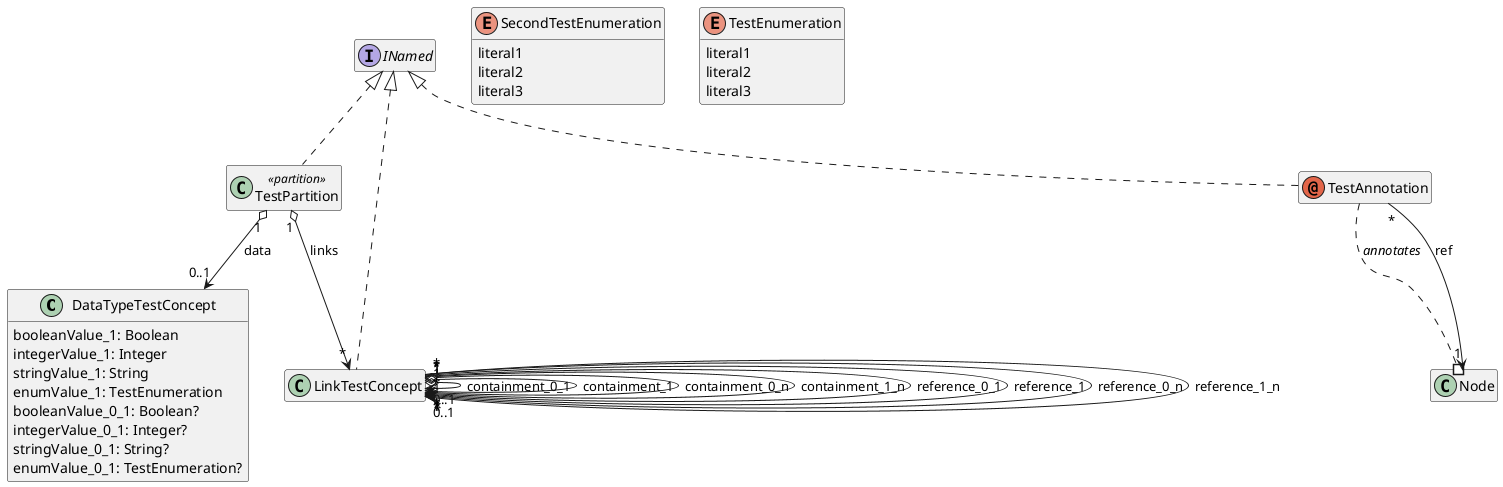
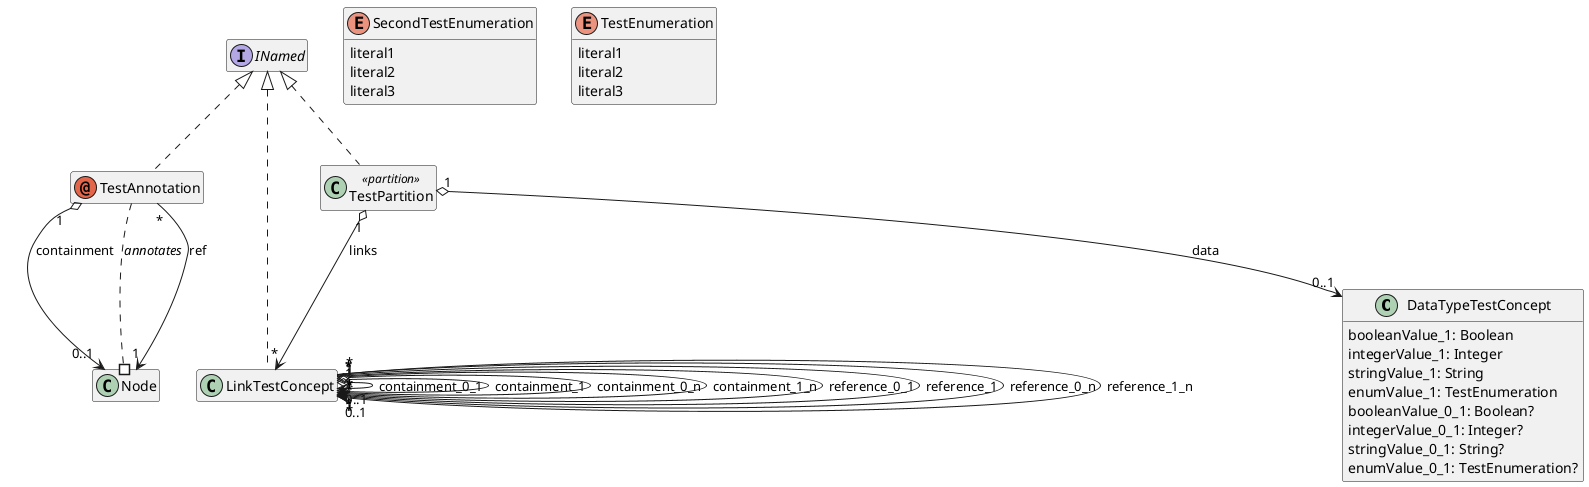
@startuml
hide empty members

' qualified name: "TestLanguage"


class DataTypeTestConcept {
  booleanValue_1: Boolean
  integerValue_1: Integer
  stringValue_1: String
  enumValue_1: TestEnumeration
  booleanValue_0_1: Boolean?
  integerValue_0_1: Integer?
  stringValue_0_1: String?
  enumValue_0_1: TestEnumeration?
}

class LinkTestConcept implements INamed

enum SecondTestEnumeration {
  literal1
  literal2
  literal3
}

annotation TestAnnotation implements INamed
TestAnnotation ..# Node : <i>annotates</i>

enum TestEnumeration {
  literal1
  literal2
  literal3
}

class TestPartition <<partition>> implements INamed



' relations:


LinkTestConcept "1" o--> "0..1" LinkTestConcept: containment_0_1
LinkTestConcept "1" o--> "1" LinkTestConcept: containment_1
LinkTestConcept "1" o--> "*" LinkTestConcept: containment_0_n
LinkTestConcept "1" o--> "*" LinkTestConcept: containment_1_n
LinkTestConcept "*" --> "0..1" LinkTestConcept: reference_0_1
LinkTestConcept "*" --> "1" LinkTestConcept: reference_1
LinkTestConcept "*" --> "*" LinkTestConcept: reference_0_n
LinkTestConcept "*" --> "*" LinkTestConcept: reference_1_n

TestAnnotation "*" --> "1" Node: ref
+ TestAnnotation "1" o--> "0..1" Node: containment

TestPartition "1" o--> "*" LinkTestConcept: links
TestPartition "1" o--> "0..1" DataTypeTestConcept: data

@enduml
